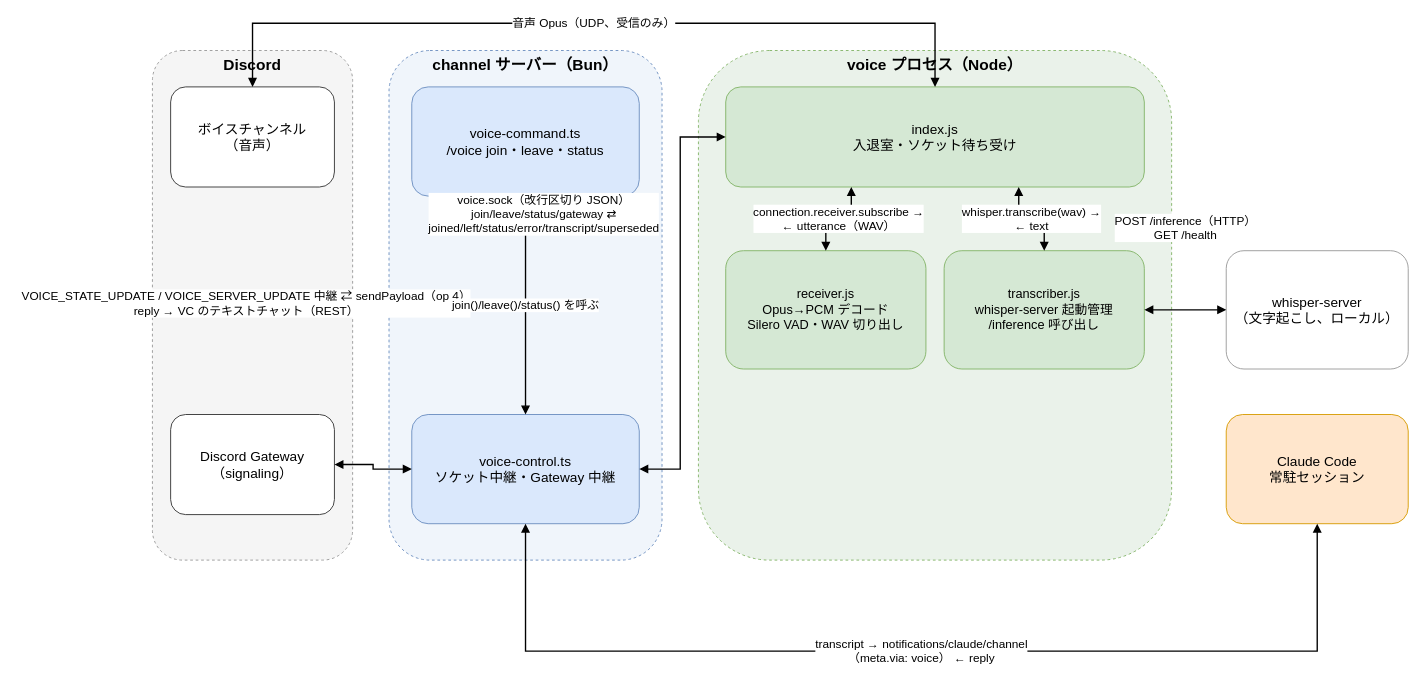
This is docs/diagrams/voice-architecture.drawio from umitsu-tech/claude-code-discord-bot, a draw.io file, before an edit. Source tidied: cells renumbered, new cells numbered last; positions are measured from the earlier drawing's top-left corner, leaving out a move shared by most shapes. Both pictures are drawn from the tidied source at 91%, with x=0, y=0 at pixel (152, 23).
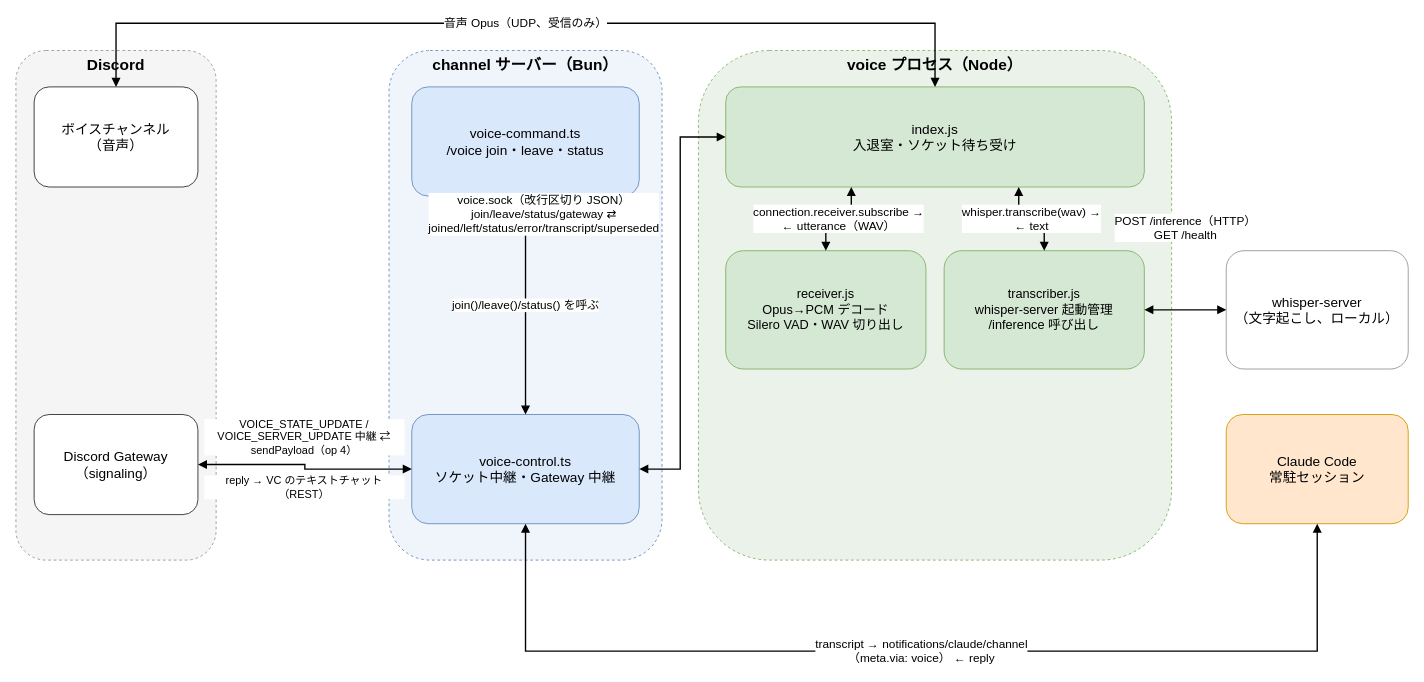
After the change.

Commit message (it also covers changes not shown here):
図のラベル最終調整と#73の記述更新

The change refers to these unchanged cells:
```xml
<mxCell id="7" value="voice-control.ts&lt;br&gt;ソケット中継・Gateway 中継" style="rounded=1;whiteSpace=wrap;html=1;fillColor=#DAE8FC;strokeColor=#6C8EBF;fontSize=15;" parent="1" vertex="1">
  <mxGeometry x="285" y="430" width="250" height="120" as="geometry" />
</mxCell>
<mxCell id="9" value="index.js&lt;br&gt;入退室・ソケット待ち受け" style="rounded=1;whiteSpace=wrap;html=1;fillColor=#D5E8D4;strokeColor=#82B366;fontSize=15;" parent="1" vertex="1">
  <mxGeometry x="630" y="70" width="460" height="110" as="geometry" />
</mxCell>
```

The edit, as a diff of the source:
```diff
@@
     <mxCell id="2" value="Discord" style="rounded=1;whiteSpace=wrap;html=1;fillColor=#F5F5F5;strokeColor=#999999;dashed=1;verticalAlign=top;fontStyle=1;fontSize=17;" parent="1" vertex="1">
-      <mxGeometry y="30" width="220" height="560" as="geometry" />
+      <mxGeometry x="-150" y="30" width="220" height="560" as="geometry" />
     </mxCell>
     <mxCell id="3" value="ボイスチャンネル&lt;br&gt;（音声）" style="rounded=1;whiteSpace=wrap;html=1;fillColor=#FFFFFF;strokeColor=#333333;fontSize=15;" parent="1" vertex="1">
-      <mxGeometry x="20" y="70" width="180" height="110" as="geometry" />
+      <mxGeometry x="-130" y="70" width="180" height="110" as="geometry" />
     </mxCell>
     <mxCell id="4" value="Discord Gateway&lt;br&gt;（signaling）" style="rounded=1;whiteSpace=wrap;html=1;fillColor=#FFFFFF;strokeColor=#333333;fontSize=15;" parent="1" vertex="1">
-      <mxGeometry x="20" y="430" width="180" height="110" as="geometry" />
+      <mxGeometry x="-130" y="430" width="180" height="110" as="geometry" />
     </mxCell>
@@
-    <mxCell id="14" value="VOICE_STATE_UPDATE / VOICE_SERVER_UPDATE 中継 ⇄ sendPayload（op 4）&lt;br&gt;reply → VC のテキストチャット（REST）" style="edgeStyle=orthogonalEdgeStyle;rounded=0;html=1;fontSize=13;endArrow=block;endFill=1;strokeWidth=1.5;startArrow=block;startFill=1;exitX=1;exitY=0.5;entryX=0;entryY=0.5;labelBackgroundColor=#ffffff;" parent="1" edge="1" source="4" target="7">
-      <mxGeometry relative="1" as="geometry">
-        <mxPoint x="-140" y="-180" as="offset" />
-      </mxGeometry>
+    <mxCell id="14" style="edgeStyle=orthogonalEdgeStyle;rounded=0;html=1;fontSize=13;endArrow=block;endFill=1;strokeWidth=1.5;startArrow=block;startFill=1;exitX=1;exitY=0.5;entryX=0;entryY=0.5;labelBackgroundColor=#ffffff;" parent="1" edge="1" source="4" target="7">
+      <mxGeometry relative="1" as="geometry" />
     </mxCell>
+    <mxCell id="22" value="VOICE_STATE_UPDATE / VOICE_SERVER_UPDATE 中継 ⇄&lt;br&gt;sendPayload（op 4）" style="rounded=0;whiteSpace=wrap;html=1;fillColor=#ffffff;strokeColor=none;fontSize=12;align=center;verticalAlign=middle;" parent="1" vertex="1">
+      <mxGeometry x="57" y="435" width="220" height="40" as="geometry" />
+    </mxCell>
+    <mxCell id="23" value="reply → VC のテキストチャット（REST）" style="rounded=0;whiteSpace=wrap;html=1;fillColor=#ffffff;strokeColor=none;fontSize=12;align=center;verticalAlign=middle;" parent="1" vertex="1">
+      <mxGeometry x="57" y="497" width="220" height="26" as="geometry" />
+    </mxCell>
@@
     <mxCell id="17" value="音声 Opus（UDP、受信のみ）" style="edgeStyle=orthogonalEdgeStyle;rounded=0;html=1;fontSize=13;endArrow=block;endFill=1;strokeWidth=1.5;startArrow=block;startFill=1;exitX=0.5;exitY=0;entryX=0.5;entryY=0;labelBackgroundColor=#ffffff;" parent="1" edge="1" source="3" target="9">
       <mxGeometry relative="1" as="geometry">
         <Array as="points">
-          <mxPoint x="110" />
+          <mxPoint x="-40" />
           <mxPoint x="860" />
         </Array>
       </mxGeometry>
     </mxCell>
```
